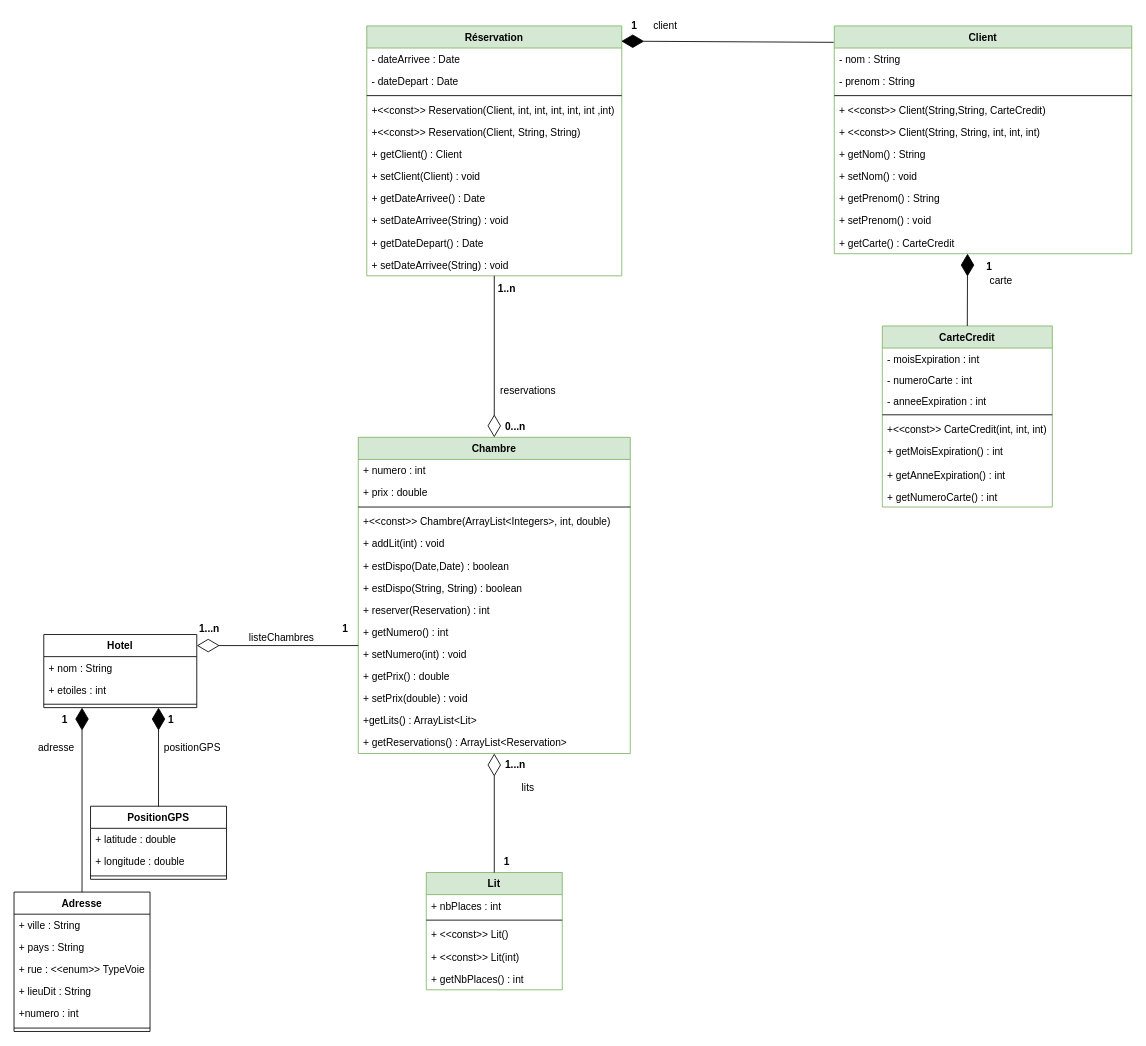
The draw.io diagram M1/704_ALD/TP2_SOAP/Schéma_UML_service.drawio in Sc00bi/Master-GL, before the edit. Source tidied: cells renumbered, new cells numbered last; positions are measured from the earlier drawing's top-left corner, leaving out a move shared by most shapes. Both pictures are drawn from the tidied source at 85%, with x=0, y=0 at pixel (14, 14).
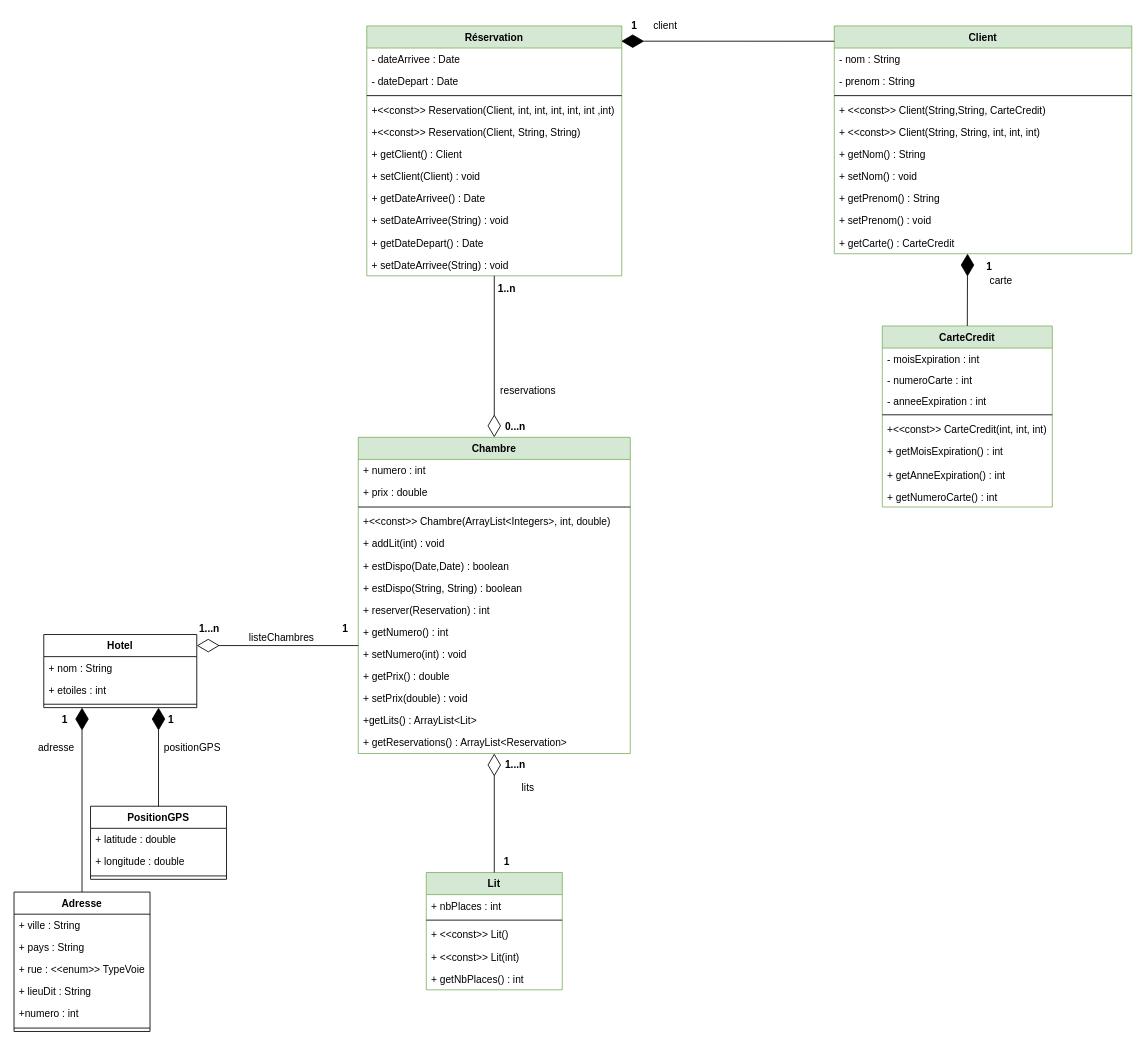
The same diagram, later.

Unchanged cells that the change refers to:
```xml
<mxCell id="51" value="Réservation" style="swimlane;fontStyle=1;align=center;verticalAlign=top;horizontal=1;startSize=26;fillColor=#d5e8d4;strokeColor=#82b366;" parent="1" vertex="1">
  <mxGeometry x="415" y="14" width="300" height="294" as="geometry" />
</mxCell>
<mxCell id="63" value="Client" style="swimlane;fontStyle=1;align=center;verticalAlign=top;horizontal=1;startSize=26;fillColor=#d5e8d4;strokeColor=#82b366;" parent="1" vertex="1">
  <mxGeometry x="965" y="14" width="350" height="268" as="geometry" />
</mxCell>
```

Diff of the diagram source:
```diff
@@
-    <mxCell id="74" style="endArrow=diamondThin;endFill=1;endSize=24;html=1;rounded=0;exitX=-0.002;exitY=0.072;exitDx=0;exitDy=0;entryX=0.998;entryY=0.061;entryDx=0;entryDy=0;entryPerimeter=0;exitPerimeter=0;" parent="1" edge="1" source="63" target="51">
-      <mxGeometry relative="1" as="geometry" />
+    <mxCell id="74" style="endArrow=diamondThin;endFill=1;endSize=24;html=1;rounded=0;entryX=0.998;entryY=0.061;entryDx=0;entryDy=0;entryPerimeter=0;" parent="1" edge="1" target="51">
+      <mxGeometry relative="1" as="geometry">
+        <mxPoint x="965" y="32" as="sourcePoint" />
+      </mxGeometry>
     </mxCell>
```
